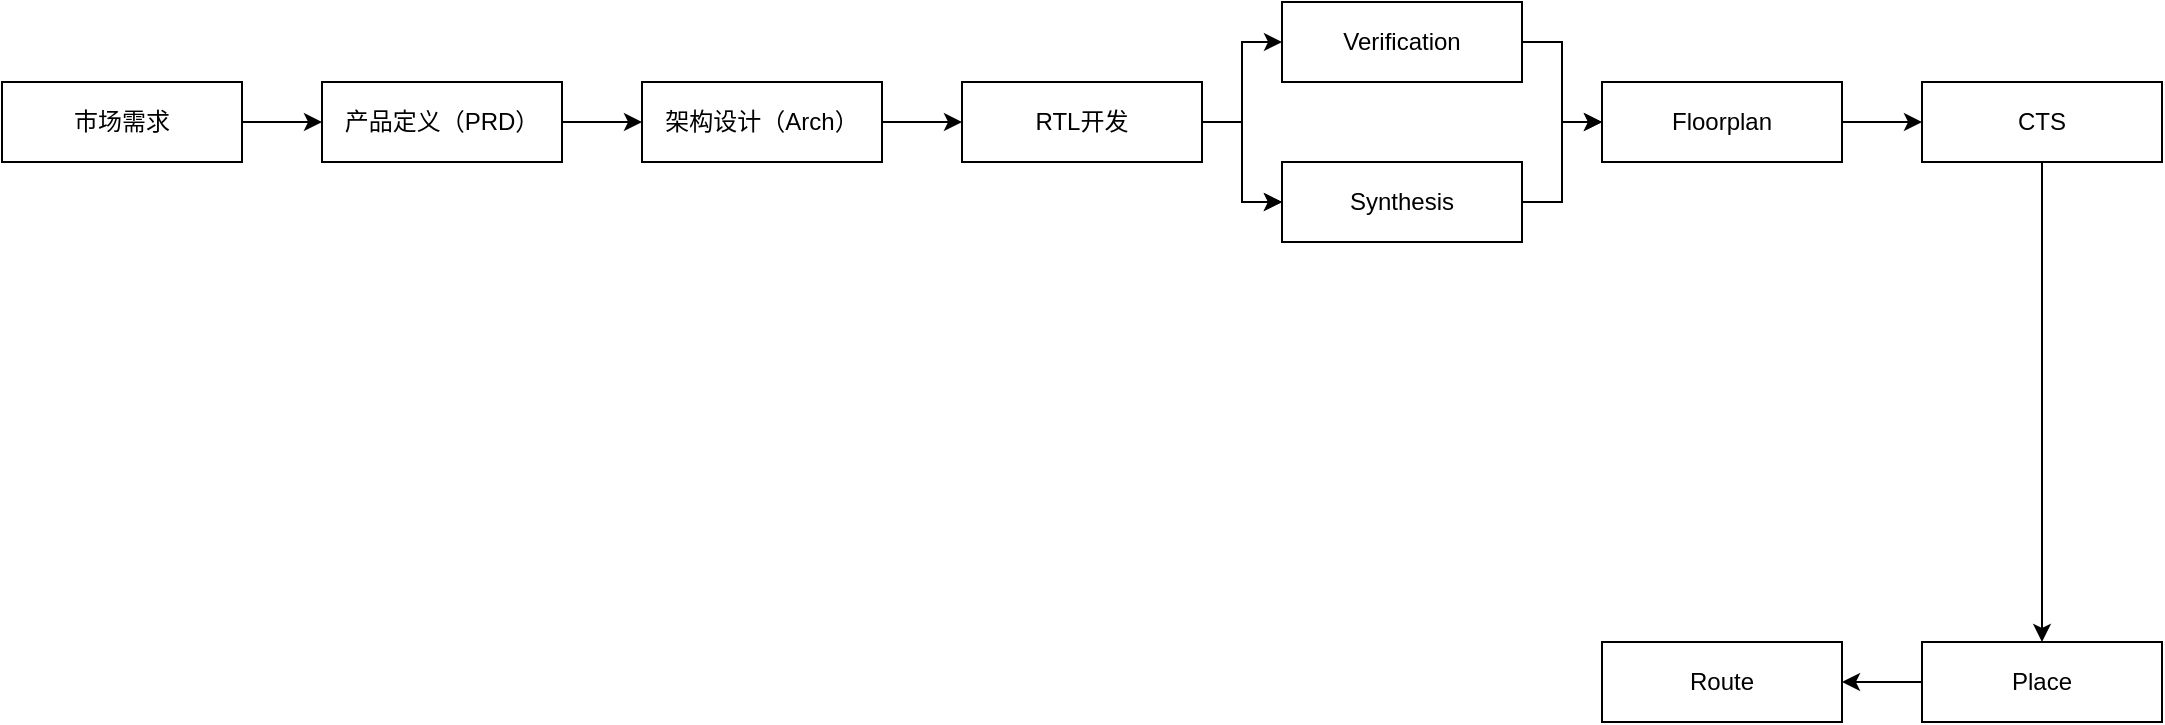
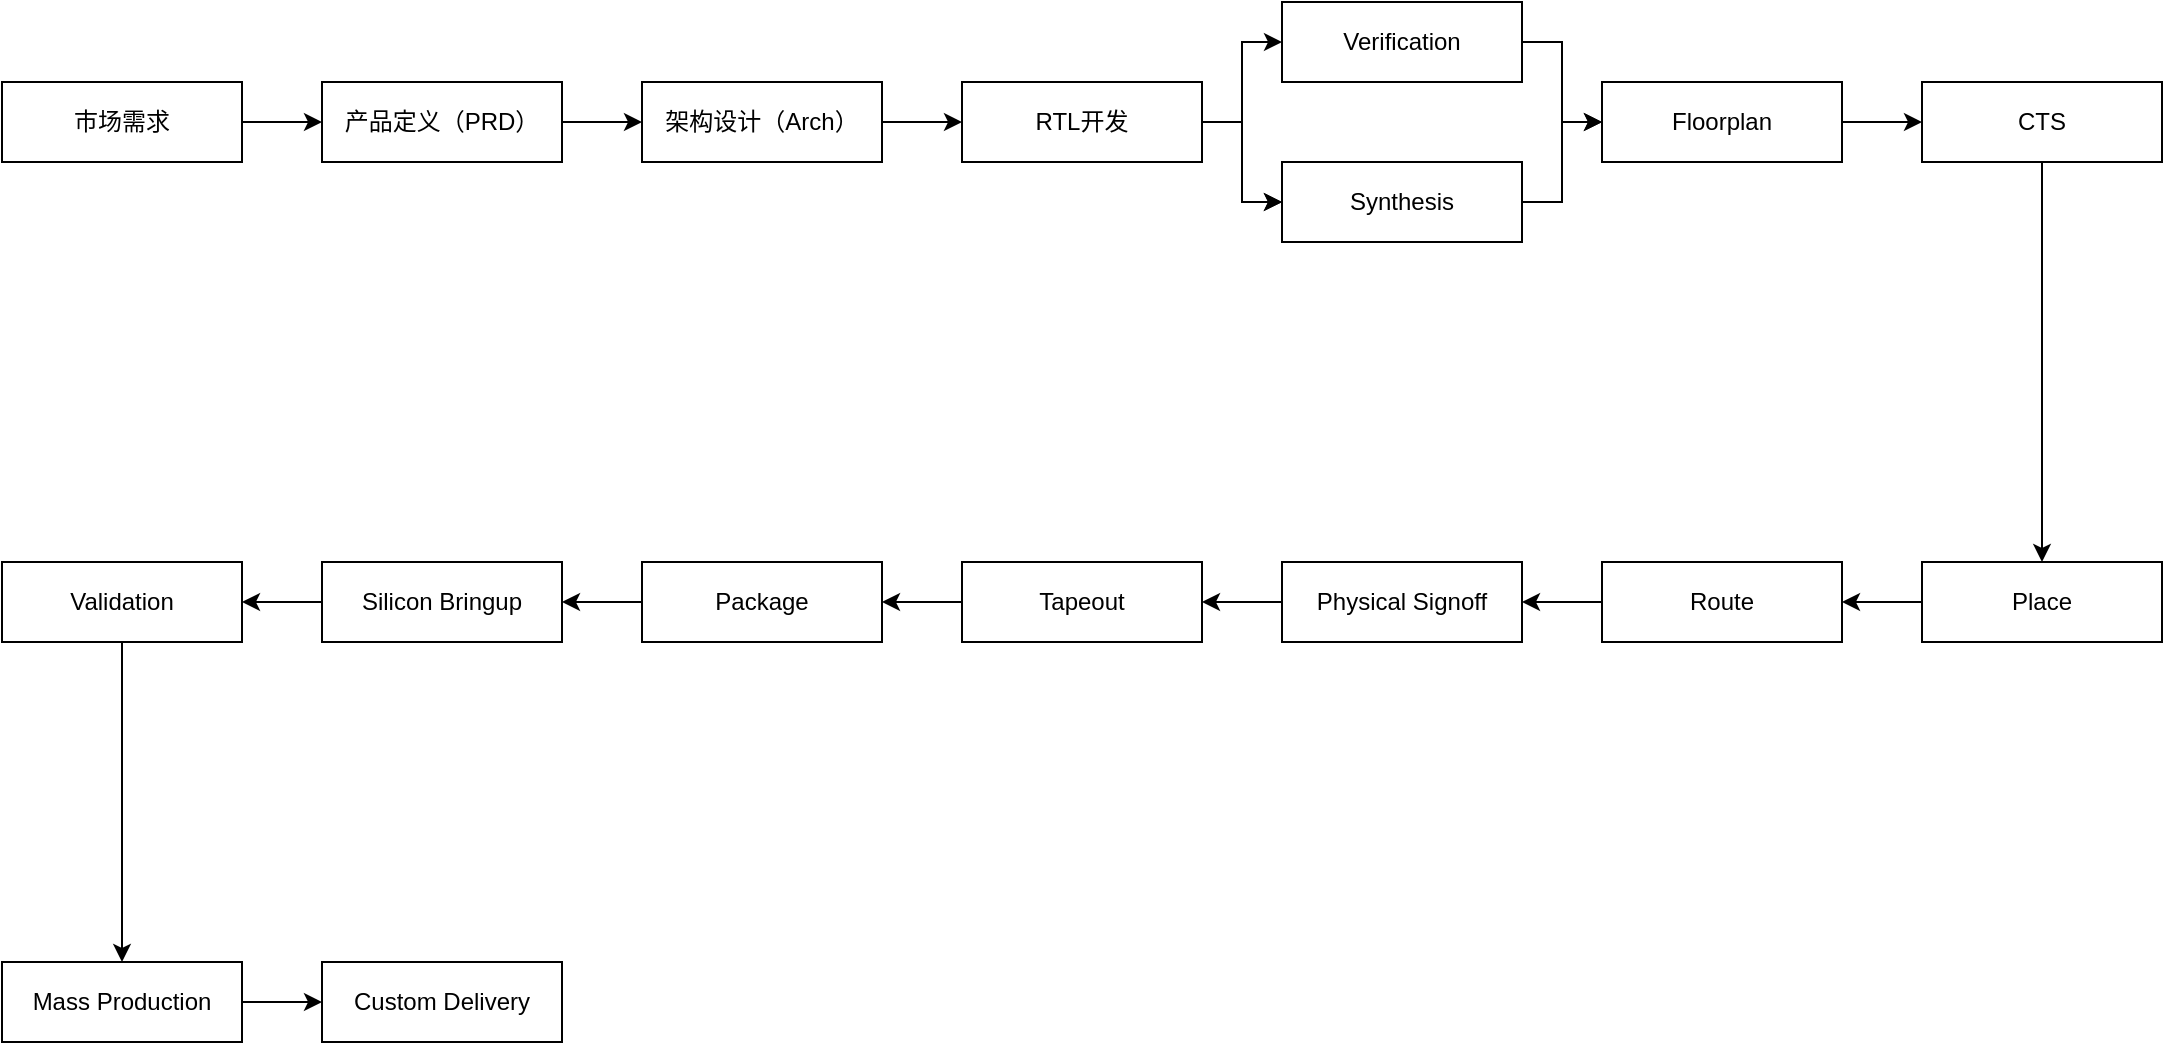
<mxfile host="app.diagrams.net">
  <diagram name="第 1 页" id="KCBWo45Jhq6FbeANtMXA">
-     <mxGraphModel dx="1022" dy="538" grid="1" gridSize="10" guides="1" tooltips="1" connect="1" arrows="1" fold="1" page="1" pageScale="1" pageWidth="1169" pageHeight="827" math="0" shadow="0">
+     <mxGraphModel dx="1406" dy="754" grid="1" gridSize="10" guides="1" tooltips="1" connect="1" arrows="1" fold="1" page="1" pageScale="1" pageWidth="1169" pageHeight="827" math="0" shadow="0">
      <root>
        <mxCell id="0" />
        <mxCell id="1" parent="0" />
        <mxCell id="0cBzrDOoJQkcRds2v_98-4" edge="1" parent="1" source="0cBzrDOoJQkcRds2v_98-2" style="edgeStyle=orthogonalEdgeStyle;rounded=0;orthogonalLoop=1;jettySize=auto;html=1;" target="0cBzrDOoJQkcRds2v_98-3" value="">
          <mxGeometry relative="1" as="geometry" />
        </mxCell>
        <mxCell id="0cBzrDOoJQkcRds2v_98-2" parent="1" style="rounded=0;whiteSpace=wrap;html=1;fontSize=12;fontFamily=Helvetica;" value="&lt;div&gt;市场需求&lt;/div&gt;" vertex="1">
          <mxGeometry height="40" width="120" x="40" y="120" as="geometry" />
        </mxCell>
        <mxCell id="0cBzrDOoJQkcRds2v_98-6" edge="1" parent="1" source="0cBzrDOoJQkcRds2v_98-3" style="edgeStyle=orthogonalEdgeStyle;rounded=0;orthogonalLoop=1;jettySize=auto;html=1;" target="0cBzrDOoJQkcRds2v_98-5" value="">
          <mxGeometry relative="1" as="geometry" />
        </mxCell>
        <mxCell id="0cBzrDOoJQkcRds2v_98-3" parent="1" style="rounded=0;whiteSpace=wrap;html=1;fontSize=12;" value="&lt;div&gt;产品定义（PRD）&lt;/div&gt;" vertex="1">
          <mxGeometry height="40" width="120" x="200" y="120" as="geometry" />
        </mxCell>
        <mxCell id="0cBzrDOoJQkcRds2v_98-8" edge="1" parent="1" source="0cBzrDOoJQkcRds2v_98-5" style="edgeStyle=orthogonalEdgeStyle;rounded=0;orthogonalLoop=1;jettySize=auto;html=1;" target="0cBzrDOoJQkcRds2v_98-7" value="">
          <mxGeometry relative="1" as="geometry" />
        </mxCell>
        <mxCell id="0cBzrDOoJQkcRds2v_98-5" parent="1" style="rounded=0;whiteSpace=wrap;html=1;fontSize=12;" value="&lt;div&gt;架构设计（Arch）&lt;/div&gt;" vertex="1">
          <mxGeometry height="40" width="120" x="360" y="120" as="geometry" />
        </mxCell>
        <mxCell id="0cBzrDOoJQkcRds2v_98-11" edge="1" parent="1" source="0cBzrDOoJQkcRds2v_98-7" style="edgeStyle=orthogonalEdgeStyle;rounded=0;orthogonalLoop=1;jettySize=auto;html=1;" target="0cBzrDOoJQkcRds2v_98-10" value="">
          <mxGeometry relative="1" as="geometry" />
        </mxCell>
        <mxCell id="0cBzrDOoJQkcRds2v_98-13" edge="1" parent="1" source="0cBzrDOoJQkcRds2v_98-7" style="edgeStyle=orthogonalEdgeStyle;rounded=0;orthogonalLoop=1;jettySize=auto;html=1;" target="0cBzrDOoJQkcRds2v_98-10" value="">
          <mxGeometry relative="1" as="geometry" />
        </mxCell>
        <mxCell id="0cBzrDOoJQkcRds2v_98-7" parent="1" style="rounded=0;whiteSpace=wrap;html=1;fontSize=12;" value="&lt;div&gt;RTL开发&lt;/div&gt;" vertex="1">
          <mxGeometry height="40" width="120" x="520" y="120" as="geometry" />
        </mxCell>
        <mxCell id="0cBzrDOoJQkcRds2v_98-16" edge="1" parent="1" source="0cBzrDOoJQkcRds2v_98-9" style="edgeStyle=orthogonalEdgeStyle;rounded=0;orthogonalLoop=1;jettySize=auto;html=1;" target="0cBzrDOoJQkcRds2v_98-15" value="">
          <mxGeometry relative="1" as="geometry" />
        </mxCell>
        <mxCell id="0cBzrDOoJQkcRds2v_98-9" parent="1" style="rounded=0;whiteSpace=wrap;html=1;fontSize=12;" value="&lt;div&gt;Verification&lt;/div&gt;" vertex="1">
          <mxGeometry height="40" width="120" x="680" y="80" as="geometry" />
        </mxCell>
        <mxCell id="0cBzrDOoJQkcRds2v_98-14" edge="1" parent="1" source="0cBzrDOoJQkcRds2v_98-7" style="edgeStyle=orthogonalEdgeStyle;rounded=0;orthogonalLoop=1;jettySize=auto;html=1;entryX=0;entryY=0.5;entryDx=0;entryDy=0;exitX=1;exitY=0.5;exitDx=0;exitDy=0;" target="0cBzrDOoJQkcRds2v_98-9">
          <mxGeometry relative="1" as="geometry">
            <mxPoint x="560" y="80" as="sourcePoint" />
          </mxGeometry>
        </mxCell>
        <mxCell id="0cBzrDOoJQkcRds2v_98-17" edge="1" parent="1" source="0cBzrDOoJQkcRds2v_98-10" style="edgeStyle=orthogonalEdgeStyle;rounded=0;orthogonalLoop=1;jettySize=auto;html=1;" target="0cBzrDOoJQkcRds2v_98-15" value="">
          <mxGeometry relative="1" as="geometry" />
        </mxCell>
        <mxCell id="0cBzrDOoJQkcRds2v_98-10" parent="1" style="rounded=0;whiteSpace=wrap;html=1;fontSize=12;" value="Synthesis" vertex="1">
          <mxGeometry height="40" width="120" x="680" y="160" as="geometry" />
        </mxCell>
        <mxCell id="0cBzrDOoJQkcRds2v_98-21" edge="1" parent="1" source="0cBzrDOoJQkcRds2v_98-15" style="edgeStyle=orthogonalEdgeStyle;rounded=0;orthogonalLoop=1;jettySize=auto;html=1;" target="0cBzrDOoJQkcRds2v_98-18" value="">
          <mxGeometry relative="1" as="geometry" />
        </mxCell>
        <mxCell id="0cBzrDOoJQkcRds2v_98-15" parent="1" style="rounded=0;whiteSpace=wrap;html=1;fontSize=12;" value="&lt;div&gt;Floorplan&lt;/div&gt;" vertex="1">
          <mxGeometry height="40" width="120" x="840" y="120" as="geometry" />
        </mxCell>
        <mxCell id="0cBzrDOoJQkcRds2v_98-22" edge="1" parent="1" source="0cBzrDOoJQkcRds2v_98-18" style="edgeStyle=orthogonalEdgeStyle;rounded=0;orthogonalLoop=1;jettySize=auto;html=1;entryX=0.5;entryY=0;entryDx=0;entryDy=0;" target="0cBzrDOoJQkcRds2v_98-19">
          <mxGeometry relative="1" as="geometry" />
        </mxCell>
        <mxCell id="0cBzrDOoJQkcRds2v_98-18" parent="1" style="rounded=0;whiteSpace=wrap;html=1;fontSize=12;" value="&lt;div&gt;CTS&lt;/div&gt;" vertex="1">
          <mxGeometry height="40" width="120" x="1000" y="120" as="geometry" />
        </mxCell>
        <mxCell id="0cBzrDOoJQkcRds2v_98-23" edge="1" parent="1" source="0cBzrDOoJQkcRds2v_98-19" style="edgeStyle=orthogonalEdgeStyle;rounded=0;orthogonalLoop=1;jettySize=auto;html=1;" target="0cBzrDOoJQkcRds2v_98-20" value="">
          <mxGeometry relative="1" as="geometry" />
        </mxCell>
        <mxCell id="0cBzrDOoJQkcRds2v_98-19" parent="1" style="rounded=0;whiteSpace=wrap;html=1;fontSize=12;" value="&lt;div&gt;Place&lt;/div&gt;" vertex="1">
-           <mxGeometry height="40" width="120" x="1000" y="400" as="geometry" />
+           <mxGeometry height="40" width="120" x="1000" y="360" as="geometry" />
+         </mxCell>
+         <mxCell id="0cBzrDOoJQkcRds2v_98-25" edge="1" parent="1" source="0cBzrDOoJQkcRds2v_98-20" style="edgeStyle=orthogonalEdgeStyle;rounded=0;orthogonalLoop=1;jettySize=auto;html=1;" target="0cBzrDOoJQkcRds2v_98-24" value="">
+           <mxGeometry relative="1" as="geometry" />
        </mxCell>
        <mxCell id="0cBzrDOoJQkcRds2v_98-20" parent="1" style="rounded=0;whiteSpace=wrap;html=1;fontSize=12;" value="&lt;div&gt;Route&lt;/div&gt;" vertex="1">
-           <mxGeometry height="40" width="120" x="840" y="400" as="geometry" />
+           <mxGeometry height="40" width="120" x="840" y="360" as="geometry" />
+         </mxCell>
+         <mxCell id="0cBzrDOoJQkcRds2v_98-32" edge="1" parent="1" source="0cBzrDOoJQkcRds2v_98-24" style="edgeStyle=orthogonalEdgeStyle;rounded=0;orthogonalLoop=1;jettySize=auto;html=1;" target="0cBzrDOoJQkcRds2v_98-26" value="">
+           <mxGeometry relative="1" as="geometry" />
+         </mxCell>
+         <mxCell id="0cBzrDOoJQkcRds2v_98-24" parent="1" style="rounded=0;whiteSpace=wrap;html=1;fontSize=12;" value="&lt;div&gt;Physical Signoff&lt;/div&gt;" vertex="1">
+           <mxGeometry height="40" width="120" x="680" y="360" as="geometry" />
+         </mxCell>
+         <mxCell id="0cBzrDOoJQkcRds2v_98-33" edge="1" parent="1" source="0cBzrDOoJQkcRds2v_98-26" style="edgeStyle=orthogonalEdgeStyle;rounded=0;orthogonalLoop=1;jettySize=auto;html=1;" target="0cBzrDOoJQkcRds2v_98-27" value="">
+           <mxGeometry relative="1" as="geometry" />
+         </mxCell>
+         <mxCell id="0cBzrDOoJQkcRds2v_98-26" parent="1" style="rounded=0;whiteSpace=wrap;html=1;fontSize=12;" value="&lt;div&gt;Tapeout&lt;/div&gt;" vertex="1">
+           <mxGeometry height="40" width="120" x="520" y="360" as="geometry" />
+         </mxCell>
+         <mxCell id="0cBzrDOoJQkcRds2v_98-34" edge="1" parent="1" source="0cBzrDOoJQkcRds2v_98-27" style="edgeStyle=orthogonalEdgeStyle;rounded=0;orthogonalLoop=1;jettySize=auto;html=1;" target="0cBzrDOoJQkcRds2v_98-28" value="">
+           <mxGeometry relative="1" as="geometry" />
+         </mxCell>
+         <mxCell id="0cBzrDOoJQkcRds2v_98-27" parent="1" style="rounded=0;whiteSpace=wrap;html=1;fontSize=12;" value="&lt;div&gt;Package&lt;/div&gt;" vertex="1">
+           <mxGeometry height="40" width="120" x="360" y="360" as="geometry" />
+         </mxCell>
+         <mxCell id="0cBzrDOoJQkcRds2v_98-35" edge="1" parent="1" source="0cBzrDOoJQkcRds2v_98-28" style="edgeStyle=orthogonalEdgeStyle;rounded=0;orthogonalLoop=1;jettySize=auto;html=1;" target="0cBzrDOoJQkcRds2v_98-29" value="">
+           <mxGeometry relative="1" as="geometry" />
+         </mxCell>
+         <mxCell id="0cBzrDOoJQkcRds2v_98-28" parent="1" style="rounded=0;whiteSpace=wrap;html=1;fontSize=12;" value="&lt;div&gt;Silicon Bringup&lt;/div&gt;" vertex="1">
+           <mxGeometry height="40" width="120" x="200" y="360" as="geometry" />
+         </mxCell>
+         <mxCell id="0cBzrDOoJQkcRds2v_98-36" edge="1" parent="1" source="0cBzrDOoJQkcRds2v_98-29" style="edgeStyle=orthogonalEdgeStyle;rounded=0;orthogonalLoop=1;jettySize=auto;html=1;entryX=0.5;entryY=0;entryDx=0;entryDy=0;" target="0cBzrDOoJQkcRds2v_98-30">
+           <mxGeometry relative="1" as="geometry" />
+         </mxCell>
+         <mxCell id="0cBzrDOoJQkcRds2v_98-29" parent="1" style="rounded=0;whiteSpace=wrap;html=1;fontSize=12;" value="&lt;div&gt;Validation&lt;/div&gt;" vertex="1">
+           <mxGeometry height="40" width="120" x="40" y="360" as="geometry" />
+         </mxCell>
+         <mxCell id="0cBzrDOoJQkcRds2v_98-37" edge="1" parent="1" source="0cBzrDOoJQkcRds2v_98-30" style="edgeStyle=orthogonalEdgeStyle;rounded=0;orthogonalLoop=1;jettySize=auto;html=1;" target="0cBzrDOoJQkcRds2v_98-31" value="">
+           <mxGeometry relative="1" as="geometry" />
+         </mxCell>
+         <mxCell id="0cBzrDOoJQkcRds2v_98-30" parent="1" style="rounded=0;whiteSpace=wrap;html=1;fontSize=12;" value="&lt;div&gt;Mass Production&lt;/div&gt;" vertex="1">
+           <mxGeometry height="40" width="120" x="40" y="560" as="geometry" />
+         </mxCell>
+         <mxCell id="0cBzrDOoJQkcRds2v_98-31" parent="1" style="rounded=0;whiteSpace=wrap;html=1;fontSize=12;" value="&lt;div&gt;Custom Delivery&lt;/div&gt;" vertex="1">
+           <mxGeometry height="40" width="120" x="200" y="560" as="geometry" />
        </mxCell>
      </root>
    </mxGraphModel>
  </diagram>
</mxfile>
